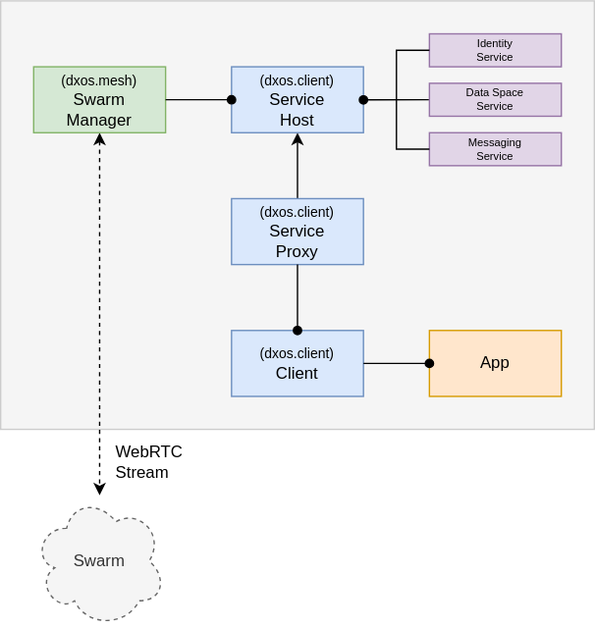
Earlier version of the draw.io export docs/docs/design/diagrams/client-services.drawio.svg (dxos/dxos). Source tidied: cells renumbered, new cells last; positions are measured from the earlier drawing's top-left corner, leaving out a move shared by most shapes.
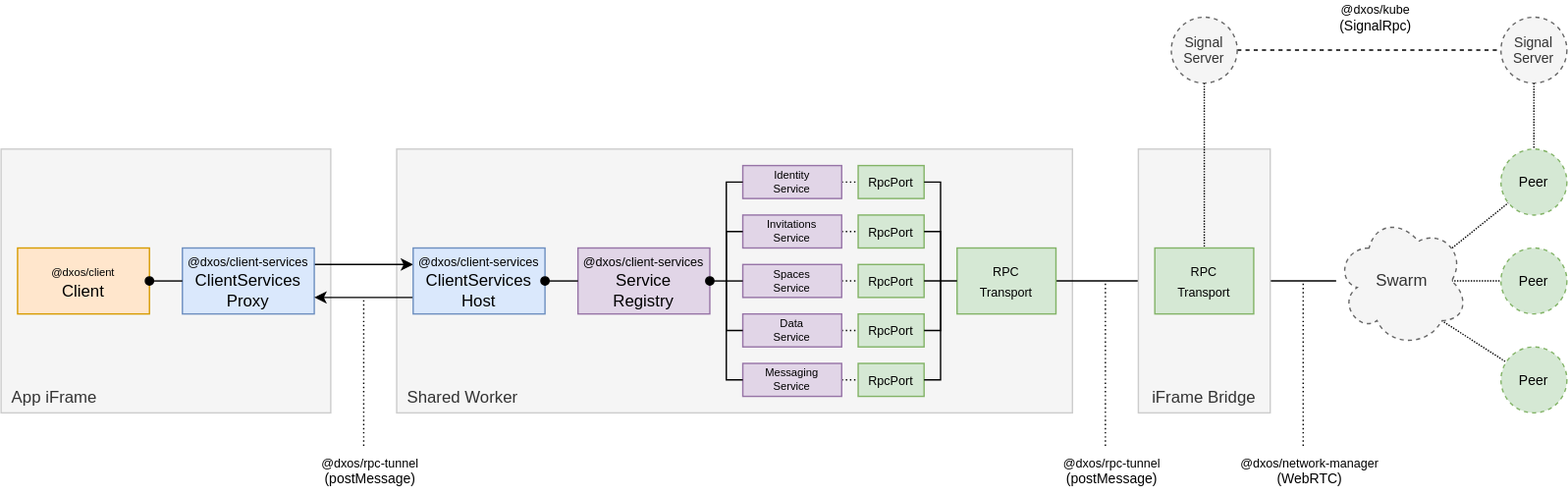
The same file after the commit.

The edit, as a diff of the source:
```diff
@@ -2,69 +2,203 @@
   <root>
     <mxCell id="0" />
     <mxCell id="1" parent="0" />
-    <mxCell id="2" style="rounded=0;whiteSpace=wrap;html=1;fillColor=#f5f5f5;fontColor=#333333;strokeColor=#CCCCCC;verticalAlign=top;spacingBottom=4;spacingTop=4;align=left;spacing=0;spacingRight=8;spacingLeft=8;" parent="1" vertex="1">
-      <mxGeometry width="432" height="312" as="geometry" />
-    </mxCell>
-    <mxCell id="3" style="edgeStyle=none;html=1;startArrow=classic;startFill=1;endArrow=classic;endFill=1;dashed=1;" parent="1" edge="1" source="13" target="7">
-      <mxGeometry relative="1" as="geometry" />
-    </mxCell>
-    <mxCell id="4" style="edgeStyle=none;html=1;exitX=0.5;exitY=0;exitDx=0;exitDy=0;entryX=0.5;entryY=1;entryDx=0;entryDy=0;startArrow=none;startFill=0;endArrow=classic;endFill=1;" parent="1" edge="1" source="5" target="6">
-      <mxGeometry relative="1" as="geometry" />
-    </mxCell>
-    <mxCell id="5" value="&lt;font style=&quot;font-size: 10px&quot;&gt;(dxos.client)&lt;br&gt;&lt;/font&gt;Service&lt;br&gt;Proxy" style="rounded=0;whiteSpace=wrap;html=1;fillColor=#dae8fc;strokeColor=#6c8ebf;" parent="1" vertex="1">
-      <mxGeometry x="168" y="144" width="96" height="48" as="geometry" />
-    </mxCell>
-    <mxCell id="6" value="&lt;font style=&quot;font-size: 10px&quot;&gt;(dxos.client)&lt;/font&gt;&lt;br&gt;Service&lt;br&gt;Host" style="rounded=0;whiteSpace=wrap;html=1;fillColor=#dae8fc;strokeColor=#6c8ebf;" parent="1" vertex="1">
-      <mxGeometry x="168" y="48" width="96" height="48" as="geometry" />
-    </mxCell>
+    <mxCell id="21" style="edgeStyle=none;html=1;fontSize=10;startArrow=none;startFill=0;endArrow=none;endFill=0;exitX=1;exitY=0.5;exitDx=0;exitDy=0;" parent="1" edge="1" source="58" target="7">
+      <mxGeometry relative="1" as="geometry" />
+    </mxCell>
+    <mxCell id="22" value="Shared Worker" style="rounded=0;whiteSpace=wrap;html=1;fillColor=#f5f5f5;fontColor=#333333;strokeColor=#CCCCCC;verticalAlign=bottom;spacingBottom=4;spacingTop=4;align=left;spacing=0;spacingRight=8;spacingLeft=8;" parent="1" vertex="1">
+      <mxGeometry x="300" y="336" width="492" height="192" as="geometry" />
+    </mxCell>
+    <mxCell id="23" value="App iFrame" style="rounded=0;whiteSpace=wrap;html=1;fillColor=#f5f5f5;fontColor=#333333;strokeColor=#CCCCCC;verticalAlign=bottom;spacingBottom=4;spacingTop=4;align=left;spacing=0;spacingRight=8;spacingLeft=8;" parent="1" vertex="1">
+      <mxGeometry x="12" y="336" width="240" height="192" as="geometry" />
+    </mxCell>
+    <mxCell id="8" value="&lt;font style=&quot;font-size: 9px&quot;&gt;@dxos/network-manager&lt;/font&gt;&lt;br&gt;(WebRTC)" style="rounded=0;whiteSpace=wrap;html=1;dashed=1;align=center;spacingLeft=10;strokeColor=none;fillColor=none;fontSize=10;" parent="1" vertex="1">
+      <mxGeometry x="900" y="552" width="120" height="36" as="geometry" />
+    </mxCell>
+    <mxCell id="24" value="&lt;font style=&quot;font-size: 8px&quot;&gt;@dxos/client&lt;br&gt;&lt;/font&gt;Client" style="rounded=0;whiteSpace=wrap;html=1;fillColor=#ffe6cc;strokeColor=#d79b00;" parent="1" vertex="1">
+      <mxGeometry x="24" y="408" width="96" height="48" as="geometry" />
+    </mxCell>
+    <mxCell id="25" style="edgeStyle=none;html=1;exitX=1;exitY=0.25;exitDx=0;exitDy=0;entryX=0;entryY=0.25;entryDx=0;entryDy=0;fontSize=8;" parent="1" edge="1" source="26" target="28">
+      <mxGeometry relative="1" as="geometry" />
+    </mxCell>
+    <mxCell id="26" value="&lt;font style=&quot;font-size: 9px&quot;&gt;@dxos/client-services&lt;br&gt;&lt;/font&gt;ClientServices&lt;br&gt;Proxy" style="rounded=0;whiteSpace=wrap;html=1;fillColor=#dae8fc;strokeColor=#6c8ebf;" parent="1" vertex="1">
+      <mxGeometry x="144" y="408" width="96" height="48" as="geometry" />
+    </mxCell>
+    <mxCell id="27" style="edgeStyle=none;html=1;exitX=0;exitY=0.75;exitDx=0;exitDy=0;entryX=1;entryY=0.75;entryDx=0;entryDy=0;fontSize=8;" parent="1" edge="1" source="28" target="26">
+      <mxGeometry relative="1" as="geometry" />
+    </mxCell>
+    <mxCell id="28" value="&lt;font style=&quot;font-size: 9px&quot;&gt;@dxos/client-services&lt;br&gt;&lt;/font&gt;ClientServices&lt;br&gt;Host" style="rounded=0;whiteSpace=wrap;html=1;fillColor=#dae8fc;strokeColor=#6c8ebf;" parent="1" vertex="1">
+      <mxGeometry x="312" y="408" width="96" height="48" as="geometry" />
+    </mxCell>
+    <mxCell id="29" value="&lt;font style=&quot;font-size: 9px&quot;&gt;RpcPort&lt;/font&gt;" style="rounded=0;whiteSpace=wrap;html=1;fillColor=#d5e8d4;strokeColor=#82b366;" parent="1" vertex="1">
+      <mxGeometry x="636" y="348" width="48" height="24" as="geometry" />
+    </mxCell>
+    <mxCell id="30" value="&lt;font style=&quot;font-size: 9px&quot;&gt;@dxos/client-services&lt;br&gt;&lt;/font&gt;Service&lt;br&gt;Registry" style="rounded=0;whiteSpace=wrap;html=1;fillColor=#e1d5e7;strokeColor=#9673a6;" parent="1" vertex="1">
+      <mxGeometry x="432" y="408" width="96" height="48" as="geometry" />
+    </mxCell>
+    <mxCell id="31" style="edgeStyle=none;html=1;exitX=1;exitY=0.5;exitDx=0;exitDy=0;entryX=0;entryY=0.5;entryDx=0;entryDy=0;fontSize=8;startArrow=oval;startFill=1;endArrow=none;endFill=0;" parent="1" edge="1" source="24" target="26">
+      <mxGeometry relative="1" as="geometry" />
+    </mxCell>
+    <mxCell id="32" style="edgeStyle=none;html=1;exitX=1;exitY=0.5;exitDx=0;exitDy=0;entryX=0;entryY=0.5;entryDx=0;entryDy=0;dashed=1;dashPattern=1 2;fontSize=10;startArrow=none;startFill=0;endArrow=none;endFill=0;" parent="1" edge="1" source="16" target="29">
+      <mxGeometry relative="1" as="geometry" />
+    </mxCell>
+    <mxCell id="16" value="Identity&lt;br style=&quot;font-size: 8px&quot;&gt;Service" style="rounded=0;whiteSpace=wrap;html=1;fontSize=8;fillColor=#e1d5e7;strokeColor=#9673a6;" parent="1" vertex="1">
+      <mxGeometry x="552" y="348" width="72" height="24" as="geometry" />
+    </mxCell>
+    <mxCell id="33" style="edgeStyle=none;html=1;exitX=1;exitY=0.5;exitDx=0;exitDy=0;dashed=1;dashPattern=1 2;fontSize=10;startArrow=none;startFill=0;endArrow=none;endFill=0;" parent="1" edge="1" source="34" target="41">
+      <mxGeometry relative="1" as="geometry" />
+    </mxCell>
+    <mxCell id="34" value="Invitations&lt;br style=&quot;font-size: 8px&quot;&gt;Service" style="rounded=0;whiteSpace=wrap;html=1;fontSize=8;fillColor=#e1d5e7;strokeColor=#9673a6;" parent="1" vertex="1">
+      <mxGeometry x="552" y="384" width="72" height="24" as="geometry" />
+    </mxCell>
+    <mxCell id="35" style="edgeStyle=none;html=1;exitX=1;exitY=0.5;exitDx=0;exitDy=0;dashed=1;dashPattern=1 2;fontSize=10;startArrow=none;startFill=0;endArrow=none;endFill=0;" parent="1" edge="1" source="36" target="42">
+      <mxGeometry relative="1" as="geometry" />
+    </mxCell>
+    <mxCell id="36" value="Spaces&lt;br style=&quot;font-size: 8px&quot;&gt;Service" style="rounded=0;whiteSpace=wrap;html=1;fontSize=8;fillColor=#e1d5e7;strokeColor=#9673a6;" parent="1" vertex="1">
+      <mxGeometry x="552" y="420" width="72" height="24" as="geometry" />
+    </mxCell>
+    <mxCell id="37" style="edgeStyle=none;html=1;exitX=1;exitY=0.5;exitDx=0;exitDy=0;fontSize=8;startArrow=oval;startFill=1;endArrow=none;endFill=0;" parent="1" edge="1" source="28" target="30">
+      <mxGeometry relative="1" as="geometry" />
+    </mxCell>
+    <mxCell id="38" style="edgeStyle=none;html=1;exitX=0.875;exitY=0.5;exitDx=0;exitDy=0;exitPerimeter=0;fontSize=10;startArrow=none;startFill=0;endArrow=none;endFill=0;dashed=1;dashPattern=1 1;" parent="1" edge="1" source="7" target="62">
+      <mxGeometry relative="1" as="geometry" />
+    </mxCell>
+    <mxCell id="39" style="edgeStyle=none;html=1;exitX=0.8;exitY=0.8;exitDx=0;exitDy=0;exitPerimeter=0;dashed=1;fontSize=10;startArrow=none;startFill=0;endArrow=none;endFill=0;dashPattern=1 1;" parent="1" edge="1" source="7" target="64">
+      <mxGeometry relative="1" as="geometry" />
+    </mxCell>
+    <mxCell id="40" style="edgeStyle=none;html=1;exitX=0.88;exitY=0.25;exitDx=0;exitDy=0;exitPerimeter=0;dashed=1;dashPattern=1 1;fontSize=10;startArrow=none;startFill=0;endArrow=none;endFill=0;" parent="1" edge="1" source="7" target="63">
+      <mxGeometry relative="1" as="geometry" />
+    </mxCell>
     <mxCell id="7" value="Swarm" style="ellipse;shape=cloud;whiteSpace=wrap;html=1;dashed=1;fillColor=#f5f5f5;fontColor=#333333;strokeColor=#666666;" parent="1" vertex="1">
-      <mxGeometry x="24" y="360" width="96" height="96" as="geometry" />
+      <mxGeometry x="984" y="384" width="96" height="96" as="geometry" />
     </mxCell>
-    <mxCell id="8" value="WebRTC&lt;br&gt;Stream" style="rounded=0;whiteSpace=wrap;html=1;dashed=1;align=left;spacingLeft=10;strokeColor=none;fillColor=none;" parent="1" vertex="1">
-      <mxGeometry x="72" y="312" width="96" height="48" as="geometry" />
-    </mxCell>
-    <mxCell id="9" value="&lt;font style=&quot;font-size: 10px&quot;&gt;(dxos.client)&lt;br&gt;&lt;/font&gt;Client" style="rounded=0;whiteSpace=wrap;html=1;fillColor=#dae8fc;strokeColor=#6c8ebf;" parent="1" vertex="1">
-      <mxGeometry x="168" y="240" width="96" height="48" as="geometry" />
-    </mxCell>
-    <mxCell id="10" value="App" style="rounded=0;whiteSpace=wrap;html=1;fillColor=#ffe6cc;strokeColor=#d79b00;" parent="1" vertex="1">
-      <mxGeometry x="312" y="240" width="96" height="48" as="geometry" />
-    </mxCell>
-    <mxCell id="11" style="edgeStyle=none;html=1;exitX=0.5;exitY=0;exitDx=0;exitDy=0;startArrow=oval;startFill=1;endArrow=none;endFill=0;" parent="1" edge="1" source="9" target="5">
-      <mxGeometry relative="1" as="geometry" />
-    </mxCell>
-    <mxCell id="12" style="edgeStyle=none;html=1;exitX=0;exitY=0.5;exitDx=0;exitDy=0;startArrow=oval;startFill=1;endArrow=none;endFill=0;" parent="1" edge="1" source="10" target="9">
-      <mxGeometry relative="1" as="geometry" />
-    </mxCell>
-    <mxCell id="13" value="&lt;font style=&quot;font-size: 10px&quot;&gt;(dxos.mesh)&lt;br&gt;&lt;/font&gt;Swarm&lt;br&gt;Manager" style="rounded=0;whiteSpace=wrap;html=1;fillColor=#d5e8d4;strokeColor=#82b366;" parent="1" vertex="1">
-      <mxGeometry x="24" y="48" width="96" height="48" as="geometry" />
-    </mxCell>
-    <mxCell id="14" style="edgeStyle=none;html=1;exitX=0;exitY=0.5;exitDx=0;exitDy=0;startArrow=oval;startFill=1;endArrow=none;endFill=0;" parent="1" edge="1" source="6" target="13">
-      <mxGeometry relative="1" as="geometry" />
-    </mxCell>
-    <mxCell id="15" style="group;" parent="1" vertex="1">
-      <mxGeometry x="264" y="24" width="144" height="96" as="geometry" />
-    </mxCell>
-    <mxCell id="16" value="Identity&lt;br style=&quot;font-size: 8px&quot;&gt;Service" style="rounded=0;whiteSpace=wrap;html=1;fontSize=8;fillColor=#e1d5e7;strokeColor=#9673a6;" parent="15" vertex="1">
-      <mxGeometry x="48" width="96" height="24" as="geometry" />
-    </mxCell>
-    <mxCell id="17" style="edgeStyle=none;rounded=0;html=1;exitX=0;exitY=0.5;exitDx=0;exitDy=0;startArrow=none;startFill=0;endArrow=oval;endFill=1;" parent="15" edge="1" source="18">
-      <mxGeometry relative="1" as="geometry">
-        <mxPoint y="48.1" as="targetPoint" />
-      </mxGeometry>
-    </mxCell>
-    <mxCell id="18" value="Data Space&lt;br style=&quot;font-size: 8px&quot;&gt;Service" style="rounded=0;whiteSpace=wrap;html=1;fontSize=8;fillColor=#e1d5e7;strokeColor=#9673a6;" parent="15" vertex="1">
-      <mxGeometry x="48" y="36" width="96" height="24" as="geometry" />
-    </mxCell>
+    <mxCell id="41" value="&lt;font style=&quot;font-size: 9px&quot;&gt;RpcPort&lt;/font&gt;" style="rounded=0;whiteSpace=wrap;html=1;fillColor=#d5e8d4;strokeColor=#82b366;" parent="1" vertex="1">
+      <mxGeometry x="636" y="384" width="48" height="24" as="geometry" />
+    </mxCell>
+    <mxCell id="42" value="&lt;font style=&quot;font-size: 9px&quot;&gt;RpcPort&lt;/font&gt;" style="rounded=0;whiteSpace=wrap;html=1;fillColor=#d5e8d4;strokeColor=#82b366;" parent="1" vertex="1">
+      <mxGeometry x="636" y="420" width="48" height="24" as="geometry" />
+    </mxCell>
+    <mxCell id="43" style="edgeStyle=none;html=1;exitX=1;exitY=0.5;exitDx=0;exitDy=0;dashed=1;dashPattern=1 2;fontSize=10;startArrow=none;startFill=0;endArrow=none;endFill=0;" parent="1" edge="1" source="19" target="47">
+      <mxGeometry relative="1" as="geometry" />
+    </mxCell>
-    <mxCell id="19" value="Messaging&lt;br style=&quot;font-size: 8px&quot;&gt;Service" style="rounded=0;whiteSpace=wrap;html=1;fontSize=8;fillColor=#e1d5e7;strokeColor=#9673a6;" parent="15" vertex="1">
-      <mxGeometry x="48" y="72" width="96" height="24" as="geometry" />
+    <mxCell id="19" value="Messaging&lt;br style=&quot;font-size: 8px&quot;&gt;Service" style="rounded=0;whiteSpace=wrap;html=1;fontSize=8;fillColor=#e1d5e7;strokeColor=#9673a6;" parent="1" vertex="1">
+      <mxGeometry x="552" y="492" width="72" height="24" as="geometry" />
     </mxCell>
+    <mxCell id="44" style="edgeStyle=none;html=1;exitX=1;exitY=0.5;exitDx=0;exitDy=0;dashed=1;dashPattern=1 2;fontSize=10;startArrow=none;startFill=0;endArrow=none;endFill=0;" parent="1" edge="1" source="45" target="46">
+      <mxGeometry relative="1" as="geometry" />
+    </mxCell>
+    <mxCell id="45" value="Data&lt;br style=&quot;font-size: 8px&quot;&gt;Service" style="rounded=0;whiteSpace=wrap;html=1;fontSize=8;fillColor=#e1d5e7;strokeColor=#9673a6;" parent="1" vertex="1">
+      <mxGeometry x="552" y="456" width="72" height="24" as="geometry" />
+    </mxCell>
+    <mxCell id="46" value="&lt;font style=&quot;font-size: 9px&quot;&gt;RpcPort&lt;/font&gt;" style="rounded=0;whiteSpace=wrap;html=1;fillColor=#d5e8d4;strokeColor=#82b366;" parent="1" vertex="1">
+      <mxGeometry x="636" y="456" width="48" height="24" as="geometry" />
+    </mxCell>
+    <mxCell id="47" value="&lt;font style=&quot;font-size: 9px&quot;&gt;RpcPort&lt;/font&gt;" style="rounded=0;whiteSpace=wrap;html=1;fillColor=#d5e8d4;strokeColor=#82b366;" parent="1" vertex="1">
+      <mxGeometry x="636" y="492" width="48" height="24" as="geometry" />
+    </mxCell>
+    <mxCell id="48" style="edgeStyle=none;html=1;exitX=1;exitY=0.5;exitDx=0;exitDy=0;fontSize=9;startArrow=oval;startFill=1;endArrow=none;endFill=0;" parent="1" edge="1" source="30" target="36">
+      <mxGeometry relative="1" as="geometry" />
+    </mxCell>
-    <mxCell id="20" style="edgeStyle=none;html=1;exitX=0;exitY=0.5;exitDx=0;exitDy=0;entryX=0;entryY=0.5;entryDx=0;entryDy=0;startArrow=none;startFill=0;endArrow=none;endFill=0;rounded=0;" parent="15" edge="1" source="16" target="19">
+    <mxCell id="20" style="edgeStyle=none;html=1;startArrow=none;startFill=0;endArrow=none;endFill=0;rounded=0;" parent="1" edge="1" source="16" target="19">
       <mxGeometry relative="1" as="geometry">
         <Array as="points">
-          <mxPoint x="24" y="12" />
-          <mxPoint x="24" y="84" />
+          <mxPoint x="540" y="360" />
+          <mxPoint x="540" y="504" />
         </Array>
       </mxGeometry>
     </mxCell>
+    <mxCell id="49" style="edgeStyle=none;html=1;startArrow=none;startFill=0;endArrow=none;endFill=0;rounded=0;exitX=0;exitY=0.5;exitDx=0;exitDy=0;entryX=0;entryY=0.5;entryDx=0;entryDy=0;" parent="1" edge="1" source="34" target="45">
+      <mxGeometry relative="1" as="geometry">
+        <Array as="points">
+          <mxPoint x="540" y="396" />
+          <mxPoint x="540" y="468" />
+        </Array>
+      </mxGeometry>
+    </mxCell>
+    <mxCell id="50" value="&lt;font style=&quot;font-size: 9px&quot;&gt;@dxos/rpc-tunnel&lt;br&gt;&lt;/font&gt;(postMessage)" style="rounded=0;whiteSpace=wrap;html=1;dashed=1;align=center;spacingLeft=10;strokeColor=none;fillColor=none;fontSize=10;" parent="1" vertex="1">
+      <mxGeometry x="228" y="552" width="96" height="36" as="geometry" />
+    </mxCell>
+    <mxCell id="51" style="edgeStyle=none;html=1;exitX=1;exitY=0.5;exitDx=0;exitDy=0;fontSize=10;startArrow=none;startFill=0;endArrow=none;endFill=0;" parent="1" edge="1" source="52" target="58">
+      <mxGeometry relative="1" as="geometry" />
+    </mxCell>
+    <mxCell id="52" value="&lt;font style=&quot;font-size: 9px&quot;&gt;RPC&lt;br&gt;Transport&lt;br&gt;&lt;/font&gt;" style="rounded=0;whiteSpace=wrap;html=1;fillColor=#d5e8d4;strokeColor=#82b366;" parent="1" vertex="1">
+      <mxGeometry x="708" y="408" width="72" height="48" as="geometry" />
+    </mxCell>
+    <mxCell id="53" style="edgeStyle=none;html=1;fontSize=8;endArrow=none;endFill=0;dashed=1;dashPattern=1 2;exitX=0.5;exitY=0;exitDx=0;exitDy=0;" parent="1" edge="1" source="50">
+      <mxGeometry relative="1" as="geometry">
+        <mxPoint x="276" y="444" as="targetPoint" />
+      </mxGeometry>
+    </mxCell>
+    <mxCell id="54" value="iFrame Bridge" style="rounded=0;whiteSpace=wrap;html=1;fillColor=#f5f5f5;fontColor=#333333;strokeColor=#CCCCCC;verticalAlign=bottom;spacingBottom=4;spacingTop=4;align=center;spacing=0;spacingRight=8;spacingLeft=8;" parent="1" vertex="1">
+      <mxGeometry x="840" y="336" width="96" height="192" as="geometry" />
+    </mxCell>
+    <mxCell id="55" style="edgeStyle=none;html=1;fontSize=9;startArrow=none;startFill=0;endArrow=none;endFill=0;" parent="1" edge="1">
+      <mxGeometry relative="1" as="geometry">
+        <mxPoint x="708" y="432" as="sourcePoint" />
+        <mxPoint x="684" y="432" as="targetPoint" />
+      </mxGeometry>
+    </mxCell>
+    <mxCell id="56" style="edgeStyle=none;html=1;startArrow=none;startFill=0;endArrow=none;endFill=0;rounded=0;" parent="1" edge="1">
+      <mxGeometry relative="1" as="geometry">
+        <mxPoint x="684" y="360" as="sourcePoint" />
+        <mxPoint x="684" y="504" as="targetPoint" />
+        <Array as="points">
+          <mxPoint x="696" y="360" />
+          <mxPoint x="696" y="504" />
+        </Array>
+      </mxGeometry>
+    </mxCell>
+    <mxCell id="57" style="edgeStyle=none;html=1;startArrow=none;startFill=0;endArrow=none;endFill=0;rounded=0;" parent="1" edge="1">
+      <mxGeometry relative="1" as="geometry">
+        <mxPoint x="684" y="396" as="sourcePoint" />
+        <mxPoint x="684" y="468" as="targetPoint" />
+        <Array as="points">
+          <mxPoint x="696" y="396" />
+          <mxPoint x="696" y="468" />
+        </Array>
+      </mxGeometry>
+    </mxCell>
+    <mxCell id="58" value="&lt;font style=&quot;font-size: 9px&quot;&gt;RPC&lt;br&gt;Transport&lt;br&gt;&lt;/font&gt;" style="rounded=0;whiteSpace=wrap;html=1;fillColor=#d5e8d4;strokeColor=#82b366;" parent="1" vertex="1">
+      <mxGeometry x="852" y="408" width="72" height="48" as="geometry" />
+    </mxCell>
+    <mxCell id="59" style="edgeStyle=none;html=1;fontSize=8;endArrow=none;endFill=0;dashed=1;dashPattern=1 2;exitX=0.5;exitY=0;exitDx=0;exitDy=0;" parent="1" edge="1" source="8">
+      <mxGeometry relative="1" as="geometry">
+        <mxPoint x="960" y="432" as="targetPoint" />
+      </mxGeometry>
+    </mxCell>
+    <mxCell id="60" value="&lt;font style=&quot;font-size: 9px&quot;&gt;@dxos/rpc-tunnel&lt;br&gt;&lt;/font&gt;(postMessage)" style="rounded=0;whiteSpace=wrap;html=1;dashed=1;align=center;spacingLeft=10;strokeColor=none;fillColor=none;fontSize=10;" parent="1" vertex="1">
+      <mxGeometry x="768" y="552" width="96" height="36" as="geometry" />
+    </mxCell>
+    <mxCell id="61" style="edgeStyle=none;html=1;fontSize=8;endArrow=none;endFill=0;dashed=1;dashPattern=1 2;" parent="1" edge="1" source="60">
+      <mxGeometry relative="1" as="geometry">
+        <mxPoint x="816" y="432" as="targetPoint" />
+      </mxGeometry>
+    </mxCell>
+    <mxCell id="62" value="Peer" style="ellipse;whiteSpace=wrap;html=1;dashed=1;fontSize=10;fillColor=#d5e8d4;strokeColor=#82b366;" parent="1" vertex="1">
+      <mxGeometry x="1104" y="408" width="48" height="48" as="geometry" />
+    </mxCell>
+    <mxCell id="63" value="Peer" style="ellipse;whiteSpace=wrap;html=1;dashed=1;fontSize=10;fillColor=#d5e8d4;strokeColor=#82b366;" parent="1" vertex="1">
+      <mxGeometry x="1104" y="336" width="48" height="48" as="geometry" />
+    </mxCell>
+    <mxCell id="64" value="Peer" style="ellipse;whiteSpace=wrap;html=1;dashed=1;fontSize=10;fillColor=#d5e8d4;strokeColor=#82b366;" parent="1" vertex="1">
+      <mxGeometry x="1104" y="480" width="48" height="48" as="geometry" />
+    </mxCell>
+    <mxCell id="65" style="edgeStyle=none;html=1;exitX=0.5;exitY=1;exitDx=0;exitDy=0;dashed=1;dashPattern=1 1;fontSize=9;startArrow=none;startFill=0;endArrow=none;endFill=0;" parent="1" edge="1" source="67" target="58">
+      <mxGeometry relative="1" as="geometry" />
+    </mxCell>
+    <mxCell id="66" style="edgeStyle=none;html=1;exitX=1;exitY=0.5;exitDx=0;exitDy=0;dashed=1;fontSize=9;startArrow=none;startFill=0;endArrow=none;endFill=0;" parent="1" edge="1" source="67" target="69">
+      <mxGeometry relative="1" as="geometry" />
+    </mxCell>
+    <mxCell id="67" value="Signal&lt;br&gt;Server" style="ellipse;whiteSpace=wrap;html=1;dashed=1;fontSize=10;fillColor=#f5f5f5;strokeColor=#666666;fontColor=#333333;" parent="1" vertex="1">
+      <mxGeometry x="864" y="240" width="48" height="48" as="geometry" />
+    </mxCell>
+    <mxCell id="68" style="edgeStyle=none;html=1;exitX=0.5;exitY=1;exitDx=0;exitDy=0;dashed=1;dashPattern=1 1;fontSize=9;startArrow=none;startFill=0;endArrow=none;endFill=0;" parent="1" edge="1" source="69" target="63">
+      <mxGeometry relative="1" as="geometry" />
+    </mxCell>
+    <mxCell id="69" value="Signal&lt;br&gt;Server" style="ellipse;whiteSpace=wrap;html=1;dashed=1;fontSize=10;fillColor=#f5f5f5;strokeColor=#666666;fontColor=#333333;" parent="1" vertex="1">
+      <mxGeometry x="1104" y="240" width="48" height="48" as="geometry" />
+    </mxCell>
+    <mxCell id="70" value="&lt;font style=&quot;font-size: 9px&quot;&gt;@dxos/kube&lt;/font&gt;&lt;br&gt;(SignalRpc)" style="rounded=0;whiteSpace=wrap;html=1;dashed=1;align=center;spacingLeft=10;strokeColor=none;fillColor=none;fontSize=10;" parent="1" vertex="1">
+      <mxGeometry x="948" y="228" width="120" height="24" as="geometry" />
+    </mxCell>
   </root>
 </mxGraphModel>
```
